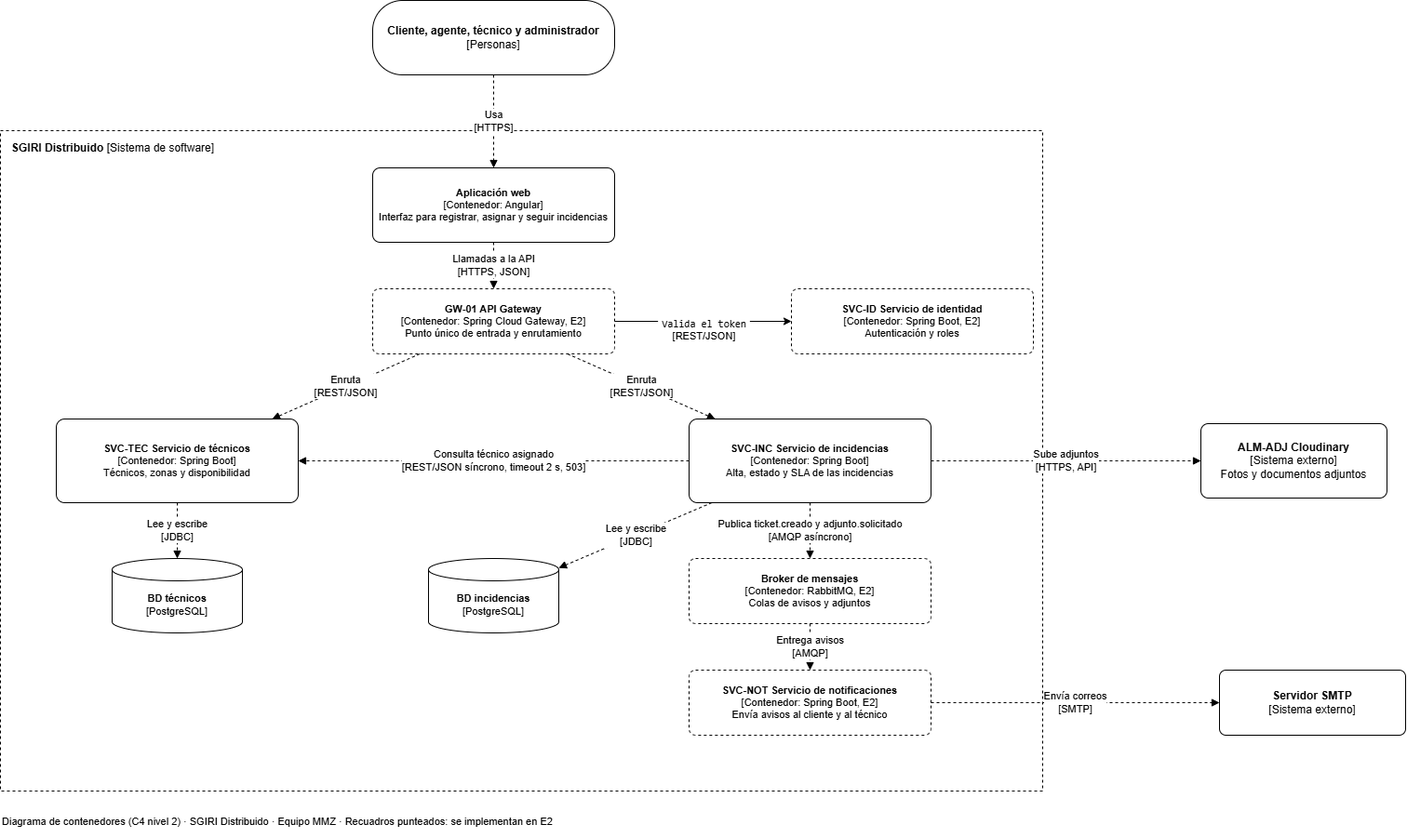
Earlier version of the draw.io export docs/diagramas/C4-nivel-2-SGIRI.png (Amendozab5/sgiri-distribuido). Source tidied: cells renumbered, new cells last; positions are measured from the earlier drawing's top-left corner, leaving out a move shared by most shapes.
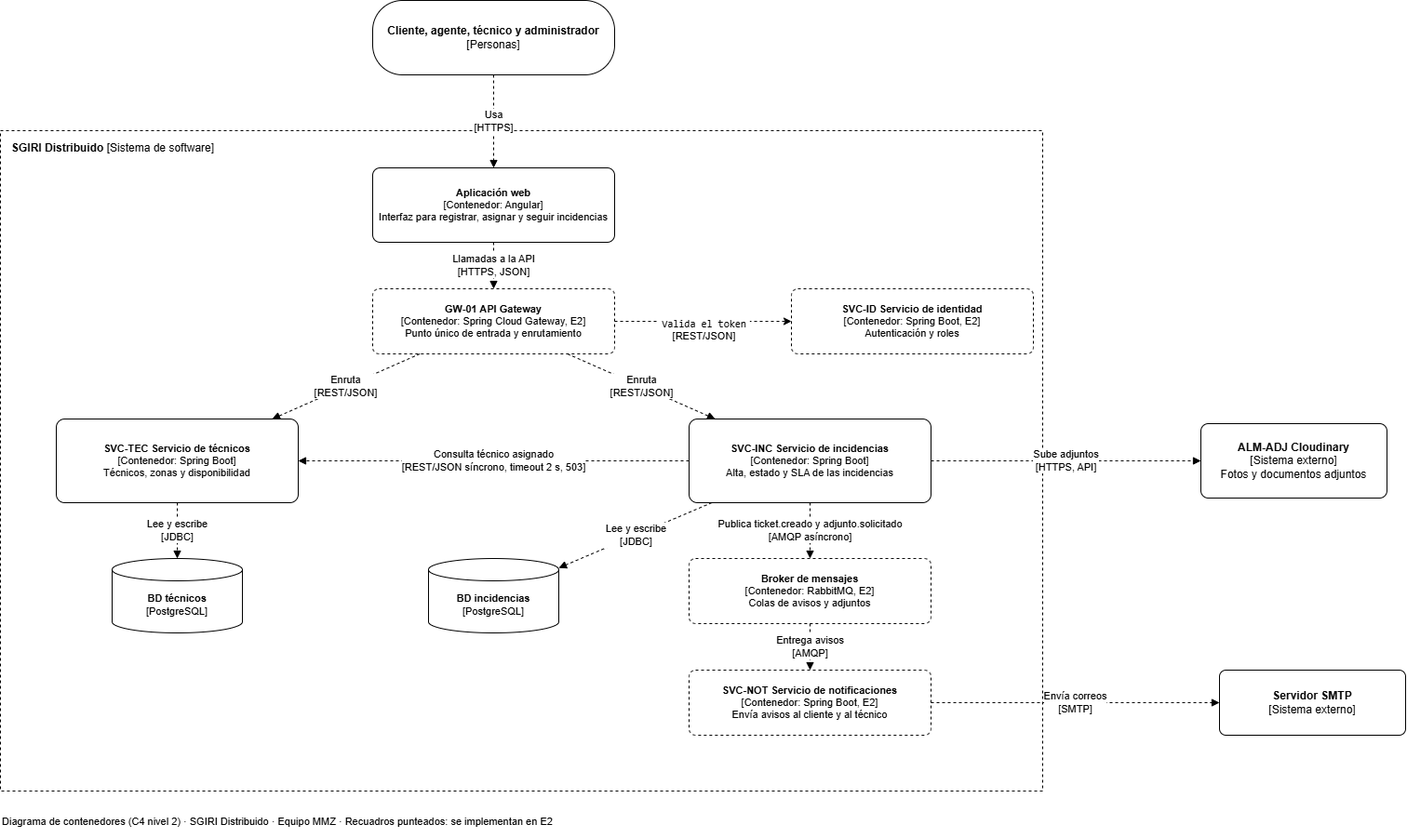
Later version of the same file.

Commit message:
De nuevo arreglando el diagrama C4-nivel-2-SGIRI

What changed in the source:
```diff
@@ -14,7 +14,7 @@
     <mxCell id="5" value="&lt;b&gt;Aplicación web&lt;/b&gt;&lt;br&gt;[Contenedor: Angular]&lt;br&gt;Interfaz para registrar, asignar y seguir incidencias" style="rounded=1;whiteSpace=wrap;html=1;fontSize=11;arcSize=10;" parent="1" vertex="1">
       <mxGeometry x="400" y="180" width="260" height="80" as="geometry" />
     </mxCell>
-    <mxCell id="6" style="edgeStyle=orthogonalEdgeStyle;rounded=0;jettySize=auto;html=1;defaultLabelBackgroundColor=page;labelPadding=0 4;" parent="1" edge="1" source="8" target="29">
+    <mxCell id="6" style="edgeStyle=orthogonalEdgeStyle;rounded=0;jettySize=auto;html=1;defaultLabelBackgroundColor=page;labelPadding=0 4;flowAnimation=0;dashed=1;" parent="1" edge="1" source="8" target="29">
       <mxGeometry relative="1" as="geometry" />
     </mxCell>
     <mxCell id="7" value="&lt;font face=&quot;Helvetica&quot;&gt;&lt;code dir=&quot;ltr&quot;&gt;Valida el token&lt;/code&gt;&lt;br&gt;&lt;/font&gt;&lt;div&gt;&lt;code dir=&quot;ltr&quot;&gt;&lt;font face=&quot;Helvetica&quot;&gt;[REST/JSON]&lt;/font&gt;&lt;/code&gt;&lt;/div&gt;&lt;div&gt;&lt;code dir=&quot;ltr&quot;&gt;&lt;br&gt;&lt;/code&gt;&lt;/div&gt;" style="edgeLabel;html=1;align=center;verticalAlign=middle;inheritText=1;defaultLabelBackgroundColor=page;labelPadding=0 4;" parent="6" vertex="1">
```
